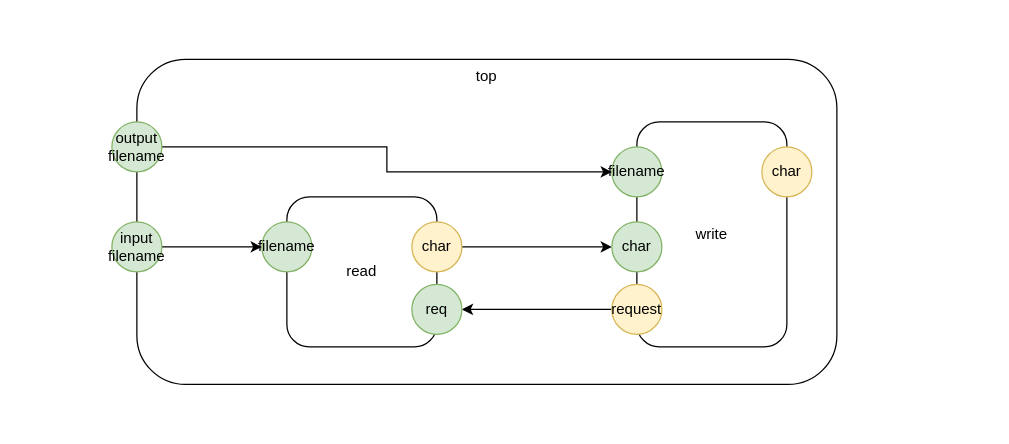
The draw.io diagram wcat.drawio in guitarvydas/duct, before the edit. Source tidied: cells renumbered, new cells numbered last; positions are measured from the earlier drawing's top-left corner, leaving out a move shared by most shapes. Both pictures are drawn from the tidied source at 125%, with x=0, y=0 at pixel (111, 59).
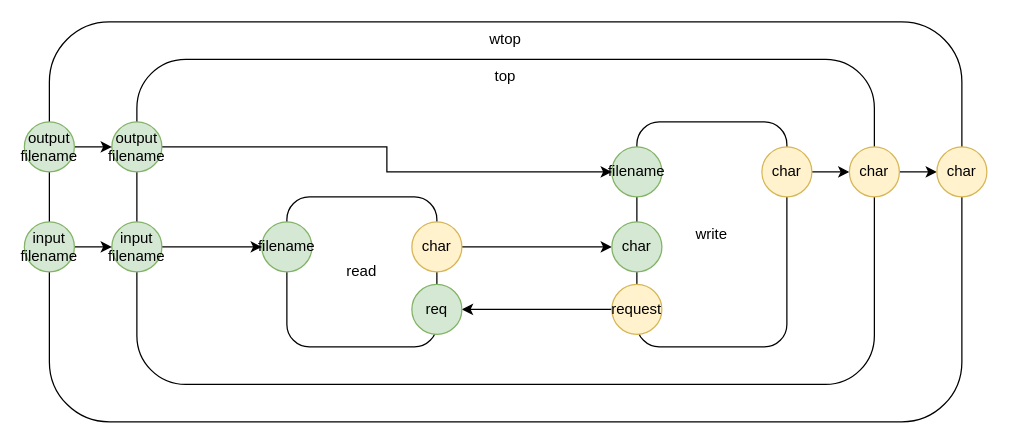
After the change.

The change refers to these unchanged cells:
```xml
<mxCell id="11" value="input filename" style="ellipse;whiteSpace=wrap;html=1;fillColor=#d5e8d4;strokeColor=#82b366;" parent="1" vertex="1">
  <mxGeometry y="130" width="40" height="40" as="geometry" />
</mxCell>
<mxCell id="13" value="output filename" style="ellipse;whiteSpace=wrap;html=1;fillColor=#d5e8d4;strokeColor=#82b366;" parent="1" vertex="1">
  <mxGeometry y="50" width="40" height="40" as="geometry" />
</mxCell>
<mxCell id="17" value="char" style="ellipse;whiteSpace=wrap;html=1;fillColor=#fff2cc;strokeColor=#d6b656;" parent="1" vertex="1">
  <mxGeometry x="520" y="70" width="40" height="40" as="geometry" />
</mxCell>
```

Diff of the diagram source:
```diff
@@
+    <mxCell id="18" value="wtop" style="rounded=1;whiteSpace=wrap;html=1;horizontal=1;verticalAlign=top;" parent="1" vertex="1">
+      <mxGeometry x="-50" y="-30" width="730" height="320" as="geometry" />
+    </mxCell>
     <mxCell id="2" value="top" style="rounded=1;whiteSpace=wrap;html=1;horizontal=1;verticalAlign=top;" parent="1" vertex="1">
-      <mxGeometry x="20" width="560" height="260" as="geometry" />
+      <mxGeometry x="20" width="590" height="260" as="geometry" />
     </mxCell>
@@
+    <mxCell id="19" style="edgeStyle=orthogonalEdgeStyle;rounded=0;jettySize=auto;html=1;exitX=1;exitY=0.5;exitDx=0;exitDy=0;" parent="1" edge="1" source="17" target="25">
+      <mxGeometry relative="1" as="geometry" />
+    </mxCell>
@@
+    <mxCell id="20" style="edgeStyle=orthogonalEdgeStyle;rounded=0;jettySize=auto;html=1;exitX=1;exitY=0.5;exitDx=0;exitDy=0;entryX=0;entryY=0.5;entryDx=0;entryDy=0;" parent="1" edge="1" source="21" target="11">
+      <mxGeometry relative="1" as="geometry" />
+    </mxCell>
+    <mxCell id="21" value="input filename" style="ellipse;whiteSpace=wrap;html=1;fillColor=#d5e8d4;strokeColor=#82b366;" parent="1" vertex="1">
+      <mxGeometry x="-70" y="130" width="40" height="40" as="geometry" />
+    </mxCell>
+    <mxCell id="22" style="edgeStyle=orthogonalEdgeStyle;rounded=0;jettySize=auto;html=1;exitX=1;exitY=0.5;exitDx=0;exitDy=0;entryX=0;entryY=0.5;entryDx=0;entryDy=0;" parent="1" edge="1" source="23" target="13">
+      <mxGeometry relative="1" as="geometry" />
+    </mxCell>
+    <mxCell id="23" value="output filename" style="ellipse;whiteSpace=wrap;html=1;fillColor=#d5e8d4;strokeColor=#82b366;" parent="1" vertex="1">
+      <mxGeometry x="-70" y="50" width="40" height="40" as="geometry" />
+    </mxCell>
+    <mxCell id="24" style="edgeStyle=orthogonalEdgeStyle;rounded=0;jettySize=auto;html=1;exitX=1;exitY=0.5;exitDx=0;exitDy=0;entryX=0;entryY=0.5;entryDx=0;entryDy=0;" parent="1" edge="1" source="25" target="26">
+      <mxGeometry relative="1" as="geometry" />
+    </mxCell>
+    <mxCell id="25" value="char" style="ellipse;whiteSpace=wrap;html=1;fillColor=#fff2cc;strokeColor=#d6b656;" parent="1" vertex="1">
+      <mxGeometry x="590" y="70" width="40" height="40" as="geometry" />
+    </mxCell>
+    <mxCell id="26" value="char" style="ellipse;whiteSpace=wrap;html=1;fillColor=#fff2cc;strokeColor=#d6b656;" parent="1" vertex="1">
+      <mxGeometry x="660" y="70" width="40" height="40" as="geometry" />
+    </mxCell>
```
